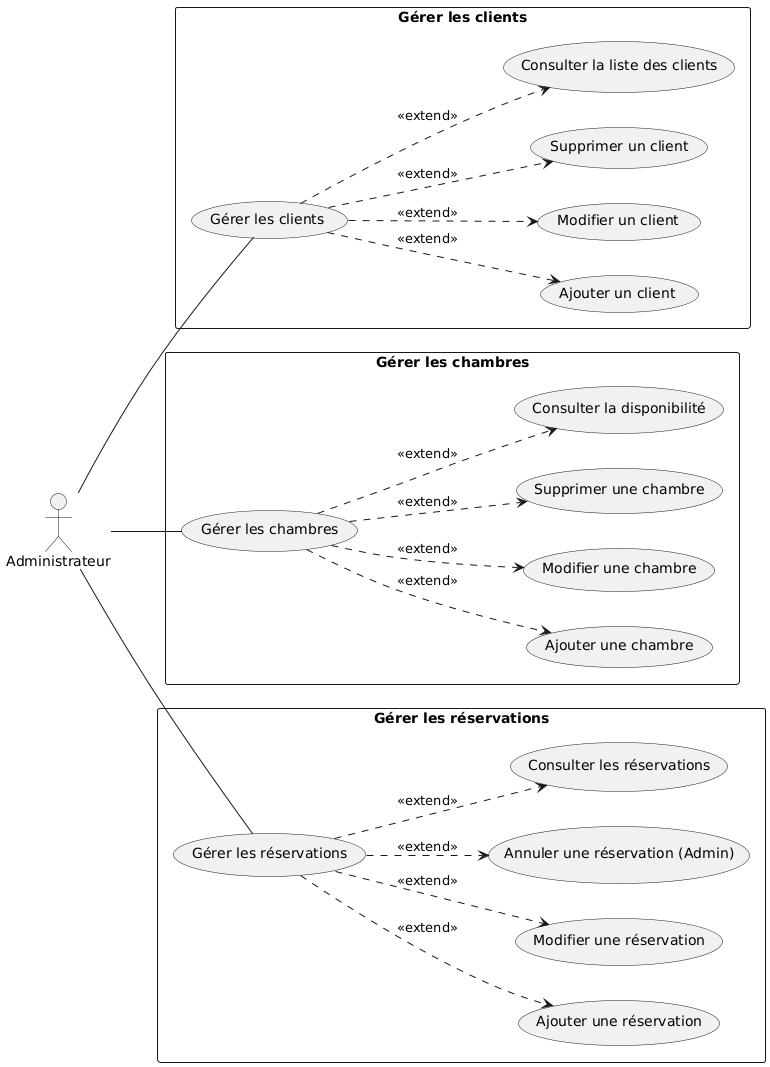
Above: Diagrammes/raffinement_cas_utilisation.png in ilefmarouani/GithubAGL (PlantUML), before the change.
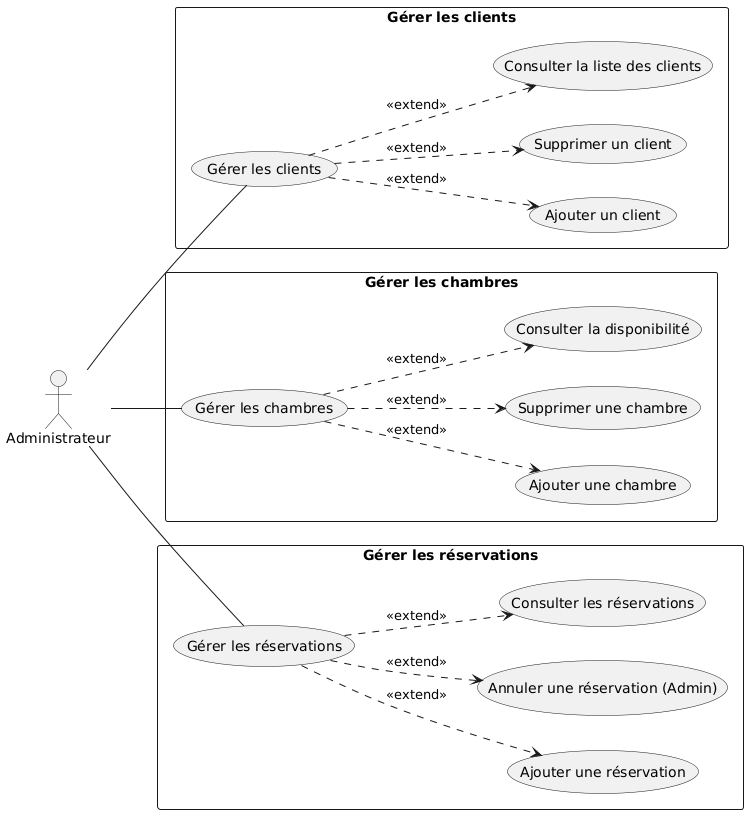
Above is the later version.

Commit message:
mise à jour des diagrammes

Diff of the diagram source:
```diff
@@ -6,12 +6,12 @@
 rectangle "Gérer les clients" {
   usecase "Gérer les clients" as UC6
   usecase "Ajouter un client" as UC6_1
-  usecase "Modifier un client" as UC6_2
+
   usecase "Supprimer un client" as UC6_3
   usecase "Consulter la liste des clients" as UC6_4
 
   UC6 ..> UC6_1 : <<extend>>
-  UC6 ..> UC6_2 : <<extend>>
+
   UC6 ..> UC6_3 : <<extend>>
   UC6 ..> UC6_4 : <<extend>>
 }
@@ -19,12 +19,12 @@
 rectangle "Gérer les chambres" {
   usecase "Gérer les chambres" as UC7
   usecase "Ajouter une chambre" as UC7_1
-  usecase "Modifier une chambre" as UC7_2
+
   usecase "Supprimer une chambre" as UC7_3
   usecase "Consulter la disponibilité" as UC7_4
 
   UC7 ..> UC7_1 : <<extend>>
-  UC7 ..> UC7_2 : <<extend>>
+
   UC7 ..> UC7_3 : <<extend>>
   UC7 ..> UC7_4 : <<extend>>
 }
@@ -32,12 +32,12 @@
 rectangle "Gérer les réservations" {
   usecase "Gérer les réservations" as UC8
   usecase "Ajouter une réservation" as UC8_1
-  usecase "Modifier une réservation" as UC8_2
+
   usecase "Annuler une réservation (Admin)" as UC8_3
   usecase "Consulter les réservations" as UC8_4
 
   UC8 ..> UC8_1 : <<extend>>
-  UC8 ..> UC8_2 : <<extend>>
+
   UC8 ..> UC8_3 : <<extend>>
   UC8 ..> UC8_4 : <<extend>>
 }
```
